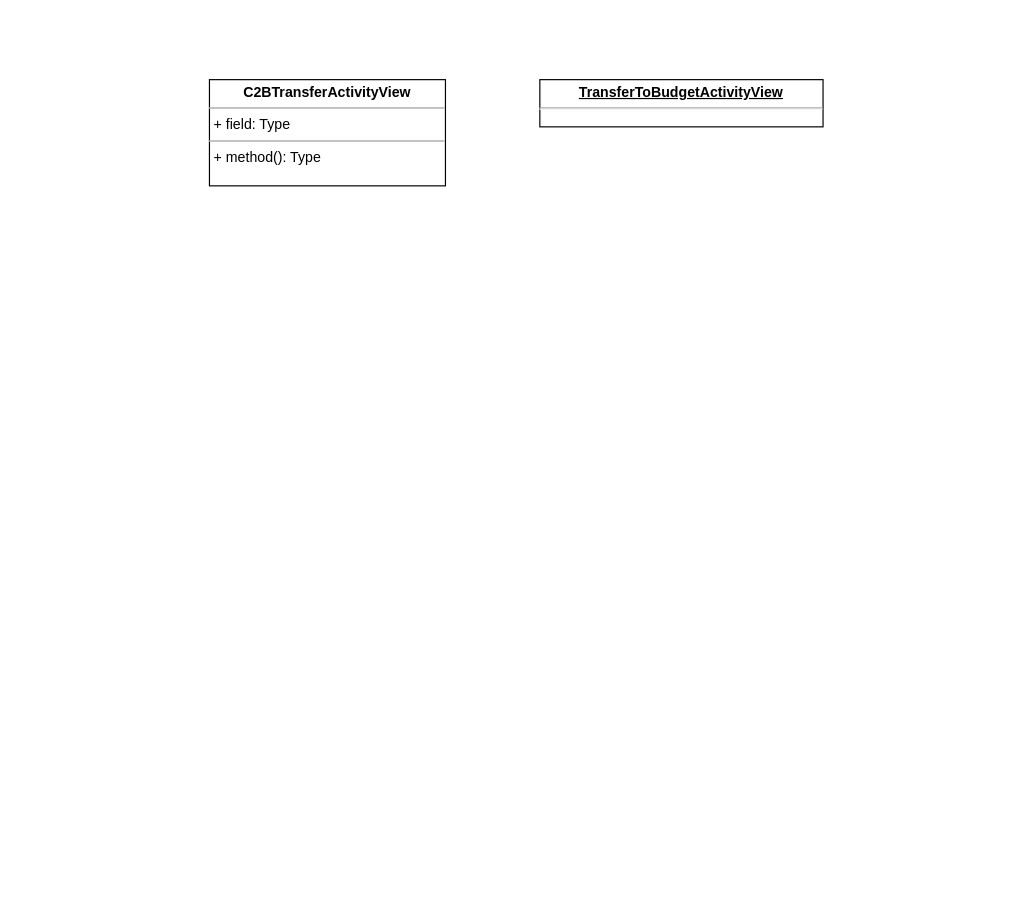
Earlier version of the draw.io diagram UNI-14926.drawio (ShiryaevNikolay/diagrams). Source tidied: cells renumbered, new cells numbered last; positions are measured from the earlier drawing's top-left corner, leaving out a move shared by most shapes. Both pictures are drawn from the tidied source at 118%, with x=0, y=0 at pixel (209, 79).
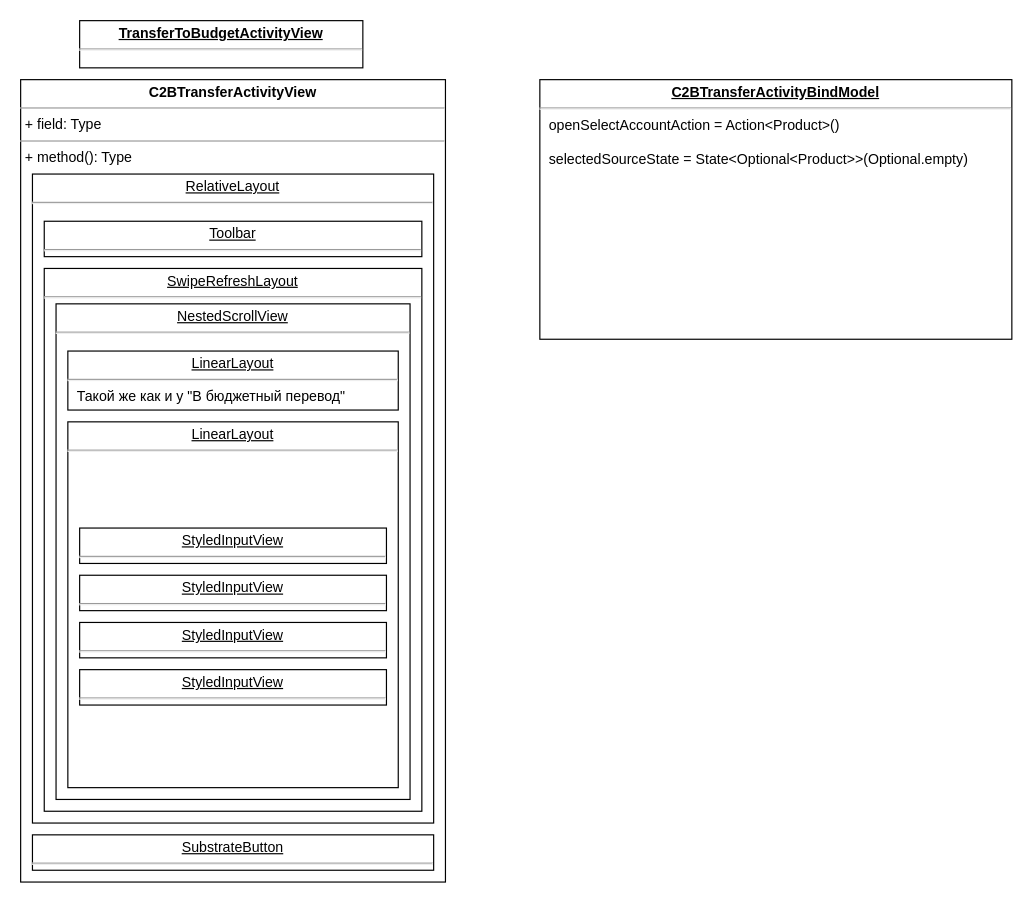
After the change.

Change to the diagram source:
```diff
@@
 <mxGraphModel>
   <root>
     <mxCell id="0" />
     <mxCell id="1" parent="0" />
     <mxCell id="2" value="&lt;p style=&quot;margin: 0px ; margin-top: 4px ; text-align: center&quot;&gt;&lt;b&gt;C2BTransferActivityView&lt;/b&gt;&lt;/p&gt;&lt;hr size=&quot;1&quot;&gt;&lt;p style=&quot;margin: 0px ; margin-left: 4px&quot;&gt;+ field: Type&lt;/p&gt;&lt;hr size=&quot;1&quot;&gt;&lt;p style=&quot;margin: 0px ; margin-left: 4px&quot;&gt;+ method(): Type&lt;/p&gt;" style="verticalAlign=top;align=left;overflow=fill;fontSize=12;fontFamily=Helvetica;html=1;" parent="1" vertex="1">
-      <mxGeometry width="200" height="90" as="geometry" />
+      <mxGeometry x="-160" width="360" height="680" as="geometry" />
     </mxCell>
     <mxCell id="3" value="&lt;p style=&quot;margin: 0px ; margin-top: 4px ; text-align: center ; text-decoration: underline&quot;&gt;&lt;b&gt;TransferToBudgetActivityView&lt;/b&gt;&lt;/p&gt;&lt;hr&gt;&lt;p style=&quot;margin: 0px ; margin-left: 8px&quot;&gt;&lt;br&gt;&lt;/p&gt;" style="verticalAlign=top;align=left;overflow=fill;fontSize=12;fontFamily=Helvetica;html=1;" parent="1" vertex="1">
-      <mxGeometry x="280" width="240" height="40" as="geometry" />
+      <mxGeometry x="-110" y="-50" width="240" height="40" as="geometry" />
     </mxCell>
+    <mxCell id="4" value="&lt;p style=&quot;margin: 0px ; margin-top: 4px ; text-align: center ; text-decoration: underline&quot;&gt;RelativeLayout&lt;br&gt;&lt;/p&gt;&lt;hr&gt;" style="verticalAlign=top;align=left;overflow=fill;fontSize=12;fontFamily=Helvetica;html=1;" parent="1" vertex="1">
+      <mxGeometry x="-150" y="80" width="340" height="550" as="geometry" />
+    </mxCell>
+    <mxCell id="5" value="&lt;p style=&quot;margin: 0px ; margin-top: 4px ; text-align: center ; text-decoration: underline&quot;&gt;Toolbar&lt;/p&gt;&lt;hr&gt;" style="verticalAlign=top;align=left;overflow=fill;fontSize=12;fontFamily=Helvetica;html=1;" parent="1" vertex="1">
+      <mxGeometry x="-140" y="120" width="320" height="30" as="geometry" />
+    </mxCell>
+    <mxCell id="6" value="&lt;p style=&quot;margin: 0px ; margin-top: 4px ; text-align: center ; text-decoration: underline&quot;&gt;SwipeRefreshLayout&lt;/p&gt;&lt;hr&gt;" style="verticalAlign=top;align=left;overflow=fill;fontSize=12;fontFamily=Helvetica;html=1;" parent="1" vertex="1">
+      <mxGeometry x="-140" y="160" width="320" height="460" as="geometry" />
+    </mxCell>
+    <mxCell id="7" value="&lt;p style=&quot;margin: 0px ; margin-top: 4px ; text-align: center ; text-decoration: underline&quot;&gt;NestedScrollView&lt;/p&gt;&lt;hr&gt;" style="verticalAlign=top;align=left;overflow=fill;fontSize=12;fontFamily=Helvetica;html=1;" parent="1" vertex="1">
+      <mxGeometry x="-130" y="190" width="300" height="420" as="geometry" />
+    </mxCell>
+    <mxCell id="8" value="&lt;p style=&quot;margin: 0px ; margin-top: 4px ; text-align: center ; text-decoration: underline&quot;&gt;SubstrateButton&lt;/p&gt;&lt;hr&gt;" style="verticalAlign=top;align=left;overflow=fill;fontSize=12;fontFamily=Helvetica;html=1;" parent="1" vertex="1">
+      <mxGeometry x="-150" y="640" width="340" height="30" as="geometry" />
+    </mxCell>
+    <mxCell id="9" value="&lt;p style=&quot;margin: 0px ; margin-top: 4px ; text-align: center ; text-decoration: underline&quot;&gt;LinearLayout&lt;/p&gt;&lt;hr&gt;&lt;p style=&quot;margin: 0px ; margin-left: 8px&quot;&gt;Такой же как и у &quot;В бюджетный перевод&quot;&lt;br&gt;&lt;/p&gt;" style="verticalAlign=top;align=left;overflow=fill;fontSize=12;fontFamily=Helvetica;html=1;" parent="1" vertex="1">
+      <mxGeometry x="-120" y="230" width="280" height="50" as="geometry" />
+    </mxCell>
+    <mxCell id="10" value="&lt;p style=&quot;margin: 0px ; margin-top: 4px ; text-align: center ; text-decoration: underline&quot;&gt;LinearLayout&lt;/p&gt;&lt;hr&gt;&lt;p style=&quot;margin: 0px ; margin-left: 8px&quot;&gt;&lt;br&gt;&lt;/p&gt;" style="verticalAlign=top;align=left;overflow=fill;fontSize=12;fontFamily=Helvetica;html=1;" parent="1" vertex="1">
+      <mxGeometry x="-120" y="290" width="280" height="310" as="geometry" />
+    </mxCell>
+    <mxCell id="11" value="&lt;p style=&quot;margin: 0px ; margin-top: 4px ; text-align: center ; text-decoration: underline&quot;&gt;StyledInputView&lt;/p&gt;&lt;hr&gt;&lt;p style=&quot;margin: 0px ; margin-left: 8px&quot;&gt;&lt;br&gt;&lt;/p&gt;" style="verticalAlign=top;align=left;overflow=fill;fontSize=12;fontFamily=Helvetica;html=1;" parent="1" vertex="1">
+      <mxGeometry x="-110" y="380" width="260" height="30" as="geometry" />
+    </mxCell>
+    <mxCell id="12" value="&lt;p style=&quot;margin: 0px ; margin-top: 4px ; text-align: center ; text-decoration: underline&quot;&gt;StyledInputView&lt;/p&gt;&lt;hr&gt;&lt;p style=&quot;margin: 0px ; margin-left: 8px&quot;&gt;&lt;br&gt;&lt;/p&gt;" style="verticalAlign=top;align=left;overflow=fill;fontSize=12;fontFamily=Helvetica;html=1;" parent="1" vertex="1">
+      <mxGeometry x="-110" y="420" width="260" height="30" as="geometry" />
+    </mxCell>
+    <mxCell id="13" value="&lt;p style=&quot;margin: 0px ; margin-top: 4px ; text-align: center ; text-decoration: underline&quot;&gt;StyledInputView&lt;/p&gt;&lt;hr&gt;&lt;p style=&quot;margin: 0px ; margin-left: 8px&quot;&gt;&lt;br&gt;&lt;/p&gt;" style="verticalAlign=top;align=left;overflow=fill;fontSize=12;fontFamily=Helvetica;html=1;" parent="1" vertex="1">
+      <mxGeometry x="-110" y="460" width="260" height="30" as="geometry" />
+    </mxCell>
+    <mxCell id="14" value="&lt;p style=&quot;margin: 0px ; margin-top: 4px ; text-align: center ; text-decoration: underline&quot;&gt;StyledInputView&lt;/p&gt;&lt;hr&gt;&lt;p style=&quot;margin: 0px ; margin-left: 8px&quot;&gt;&lt;br&gt;&lt;/p&gt;" style="verticalAlign=top;align=left;overflow=fill;fontSize=12;fontFamily=Helvetica;html=1;" parent="1" vertex="1">
+      <mxGeometry x="-110" y="500" width="260" height="30" as="geometry" />
+    </mxCell>
+    <mxCell id="15" value="&lt;p style=&quot;margin: 0px ; margin-top: 4px ; text-align: center ; text-decoration: underline&quot;&gt;&lt;b&gt;C2BTransferActivityBindModel&lt;/b&gt;&lt;/p&gt;&lt;hr&gt;&lt;p style=&quot;margin: 0px ; margin-left: 8px&quot;&gt;openSelectAccountAction = Action&amp;lt;Product&amp;gt;()&lt;/p&gt;&lt;p style=&quot;margin: 0px ; margin-left: 8px&quot;&gt;&lt;br&gt;&lt;/p&gt;&lt;p style=&quot;margin: 0px ; margin-left: 8px&quot;&gt;selectedSourceState = State&amp;lt;Optional&amp;lt;Product&amp;gt;&amp;gt;(Optional.empty)&lt;br&gt;&lt;/p&gt;" style="verticalAlign=top;align=left;overflow=fill;fontSize=12;fontFamily=Helvetica;html=1;" parent="1" vertex="1">
+      <mxGeometry x="280" width="400" height="220" as="geometry" />
+    </mxCell>
   </root>
 </mxGraphModel>
```
